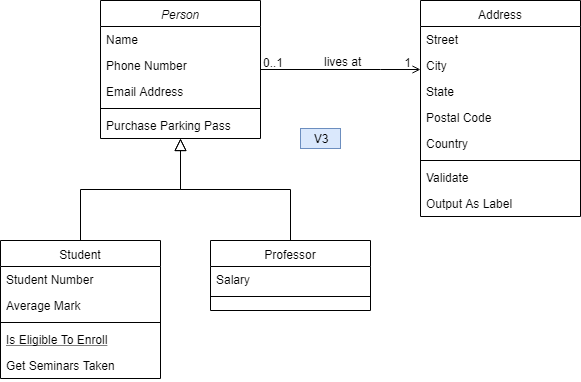
The draw.io diagram diagram.png in bsmith1310/drawio-github, before a commit. Source tidied: cells renumbered, new cells last; positions are measured from the earlier drawing's top-left corner, leaving out a move shared by most shapes.
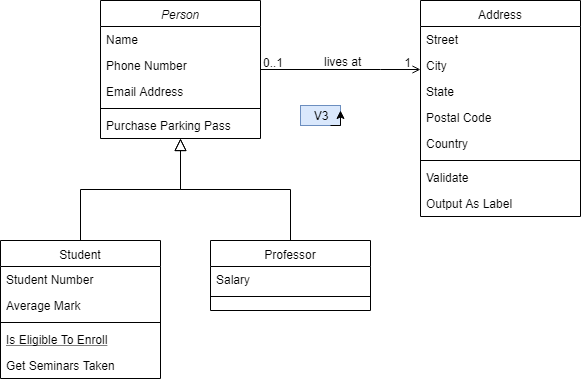
The same diagram one commit later.

The edit, as a diff of the source:
```diff
@@ -112,7 +112,10 @@
       </mxGeometry>
     </mxCell>
     <mxCell id="32" value="V3" style="text;html=1;strokeColor=#6c8ebf;fillColor=#dae8fc;align=center;verticalAlign=middle;whiteSpace=wrap;rounded=0;" parent="1" vertex="1">
-      <mxGeometry x="300" y="128" width="40" height="20" as="geometry" />
+      <mxGeometry x="300" y="105" width="40" height="20" as="geometry" />
     </mxCell>
+    <mxCell id="33" style="edgeStyle=orthogonalEdgeStyle;rounded=0;orthogonalLoop=1;jettySize=auto;html=1;exitX=0.75;exitY=1;exitDx=0;exitDy=0;entryX=1;entryY=0.25;entryDx=0;entryDy=0;" parent="1" edge="1" source="32" target="32">
+      <mxGeometry relative="1" as="geometry" />
+    </mxCell>
   </root>
 </mxGraphModel>
```
